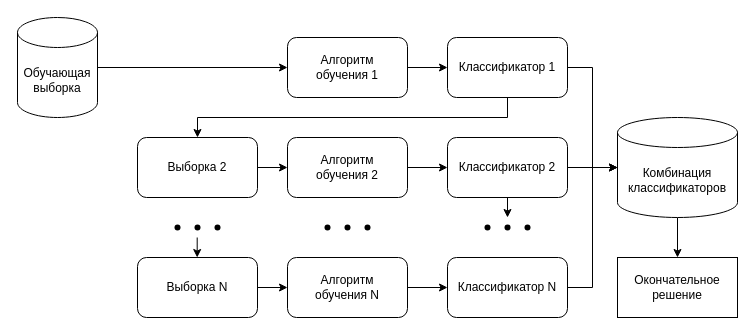
migregal/bmstu-iu7-thesis keeps this draw.io diagram as page "boosting" (9 of 14) of docs/drawio/research-schemas.drawio. Above is the earlier version. Source tidied: cells renumbered, new cells numbered last; positions are measured from the earlier drawing's top-left corner, leaving out a move shared by most shapes. Both pictures are drawn from the tidied source at 100%, with x=0, y=0 at pixel (17, 17).
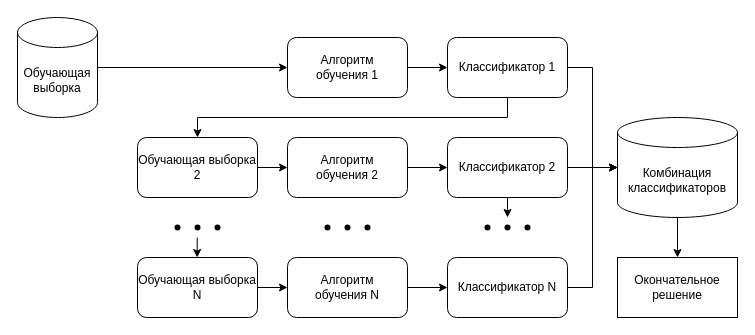
The same diagram, later.

Diff of the diagram source:
```diff
@@
-    <mxCell id="10" value="Выборка 2" style="rounded=1;whiteSpace=wrap;html=1;" parent="1" vertex="1">
+    <mxCell id="10" value="Обучающая выборка 2" style="rounded=1;whiteSpace=wrap;html=1;" parent="1" vertex="1">
       <mxGeometry x="120" y="120" width="120" height="60" as="geometry" />
     </mxCell>
@@
-    <mxCell id="19" value="Выборка N" style="rounded=1;whiteSpace=wrap;html=1;" parent="1" vertex="1">
+    <mxCell id="19" value="Обучающая выборка N" style="rounded=1;whiteSpace=wrap;html=1;" parent="1" vertex="1">
       <mxGeometry x="120" y="240" width="120" height="60" as="geometry" />
     </mxCell>
```
